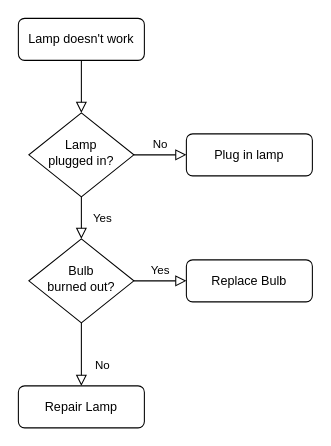
Above: Untitled Diagram.drawio in thuDJ/MyEigen (draw.io), before the change. Source tidied: cells renumbered, new cells numbered last; positions are measured from the earlier drawing's top-left corner, leaving out a move shared by most shapes. Both pictures are drawn from the tidied source at 105%, with x=0, y=0 at pixel (18, 18).
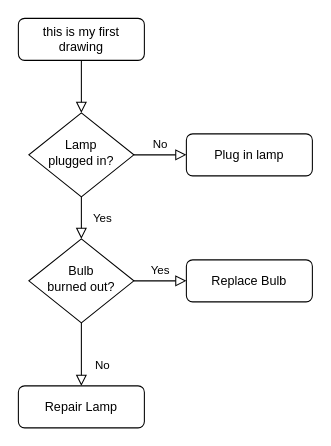
Above is the later version.

The edit, as a diff of the source:
```diff
@@
 <mxGraphModel>
   <root>
     <mxCell id="0" />
     <mxCell id="1" parent="0" />
     <mxCell id="2" style="rounded=0;html=1;jettySize=auto;fontSize=11;endArrow=block;endFill=0;endSize=8;strokeWidth=1;shadow=0;labelBackgroundColor=none;edgeStyle=orthogonalEdgeStyle;" parent="1" edge="1" source="3" target="6">
       <mxGeometry relative="1" as="geometry" />
     </mxCell>
-    <mxCell id="3" value="Lamp doesn't work" style="rounded=1;whiteSpace=wrap;html=1;fontSize=12;glass=0;strokeWidth=1;shadow=0;" parent="1" vertex="1">
+    <mxCell id="3" value="this is my first drawing" style="rounded=1;whiteSpace=wrap;html=1;fontSize=12;glass=0;strokeWidth=1;shadow=0;" parent="1" vertex="1">
       <mxGeometry width="120" height="40" as="geometry" />
     </mxCell>
     <mxCell id="4" value="Yes" style="rounded=0;html=1;jettySize=auto;fontSize=11;endArrow=block;endFill=0;endSize=8;strokeWidth=1;shadow=0;labelBackgroundColor=none;edgeStyle=orthogonalEdgeStyle;" parent="1" edge="1" source="6" target="10">
       <mxGeometry y="20" relative="1" as="geometry" />
     </mxCell>
     <mxCell id="5" value="No" style="edgeStyle=orthogonalEdgeStyle;rounded=0;html=1;jettySize=auto;fontSize=11;endArrow=block;endFill=0;endSize=8;strokeWidth=1;shadow=0;labelBackgroundColor=none;" parent="1" edge="1" source="6" target="7">
       <mxGeometry y="10" relative="1" as="geometry" />
     </mxCell>
     <mxCell id="6" value="Lamp&lt;br&gt;plugged in?" style="rhombus;whiteSpace=wrap;html=1;shadow=0;fontFamily=Helvetica;fontSize=12;align=center;strokeWidth=1;spacing=6;spacingTop=-4;" parent="1" vertex="1">
       <mxGeometry x="10" y="90" width="100" height="80" as="geometry" />
     </mxCell>
     <mxCell id="7" value="Plug in lamp" style="rounded=1;whiteSpace=wrap;html=1;fontSize=12;glass=0;strokeWidth=1;shadow=0;" parent="1" vertex="1">
       <mxGeometry x="160" y="110" width="120" height="40" as="geometry" />
     </mxCell>
     <mxCell id="8" value="No" style="rounded=0;html=1;jettySize=auto;fontSize=11;endArrow=block;endFill=0;endSize=8;strokeWidth=1;shadow=0;labelBackgroundColor=none;edgeStyle=orthogonalEdgeStyle;" parent="1" edge="1" source="10" target="11">
       <mxGeometry x="0.33" y="20" relative="1" as="geometry" />
     </mxCell>
     <mxCell id="9" value="Yes" style="edgeStyle=orthogonalEdgeStyle;rounded=0;html=1;jettySize=auto;fontSize=11;endArrow=block;endFill=0;endSize=8;strokeWidth=1;shadow=0;labelBackgroundColor=none;" parent="1" edge="1" source="10" target="12">
       <mxGeometry y="10" relative="1" as="geometry" />
     </mxCell>
     <mxCell id="10" value="Bulb&lt;br&gt;burned out?" style="rhombus;whiteSpace=wrap;html=1;shadow=0;fontFamily=Helvetica;fontSize=12;align=center;strokeWidth=1;spacing=6;spacingTop=-4;" parent="1" vertex="1">
       <mxGeometry x="10" y="210" width="100" height="80" as="geometry" />
     </mxCell>
     <mxCell id="11" value="Repair Lamp" style="rounded=1;whiteSpace=wrap;html=1;fontSize=12;glass=0;strokeWidth=1;shadow=0;" parent="1" vertex="1">
       <mxGeometry y="350" width="120" height="40" as="geometry" />
     </mxCell>
     <mxCell id="12" value="Replace Bulb" style="rounded=1;whiteSpace=wrap;html=1;fontSize=12;glass=0;strokeWidth=1;shadow=0;" parent="1" vertex="1">
       <mxGeometry x="160" y="230" width="120" height="40" as="geometry" />
     </mxCell>
   </root>
 </mxGraphModel>
```
